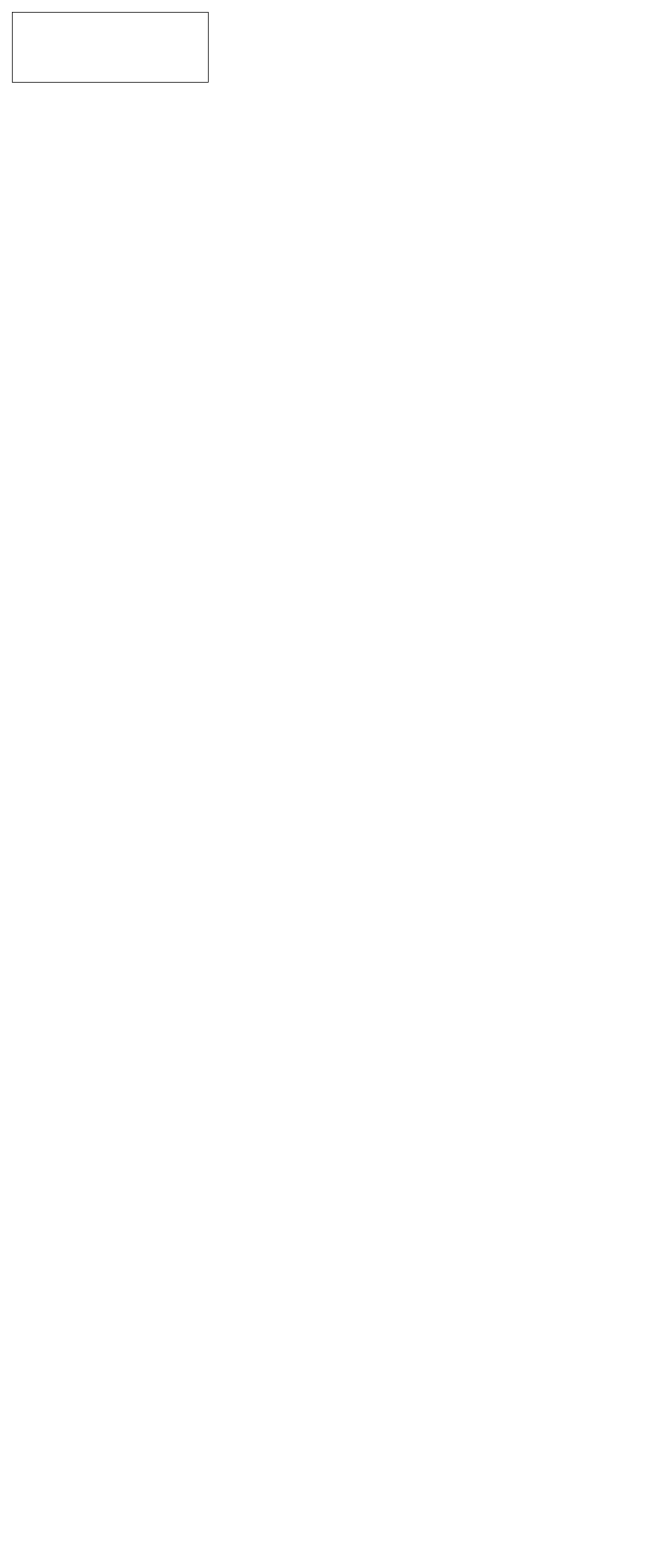
The draw.io diagram Диаграмма без названия.drawio in spr1ngle/el, before the edit. Source tidied: cells renumbered, new cells numbered last; positions are measured from the earlier drawing's top-left corner, leaving out a move shared by most shapes. Both pictures are drawn from the tidied source at 70%, with x=0, y=0 at pixel (12, 12).
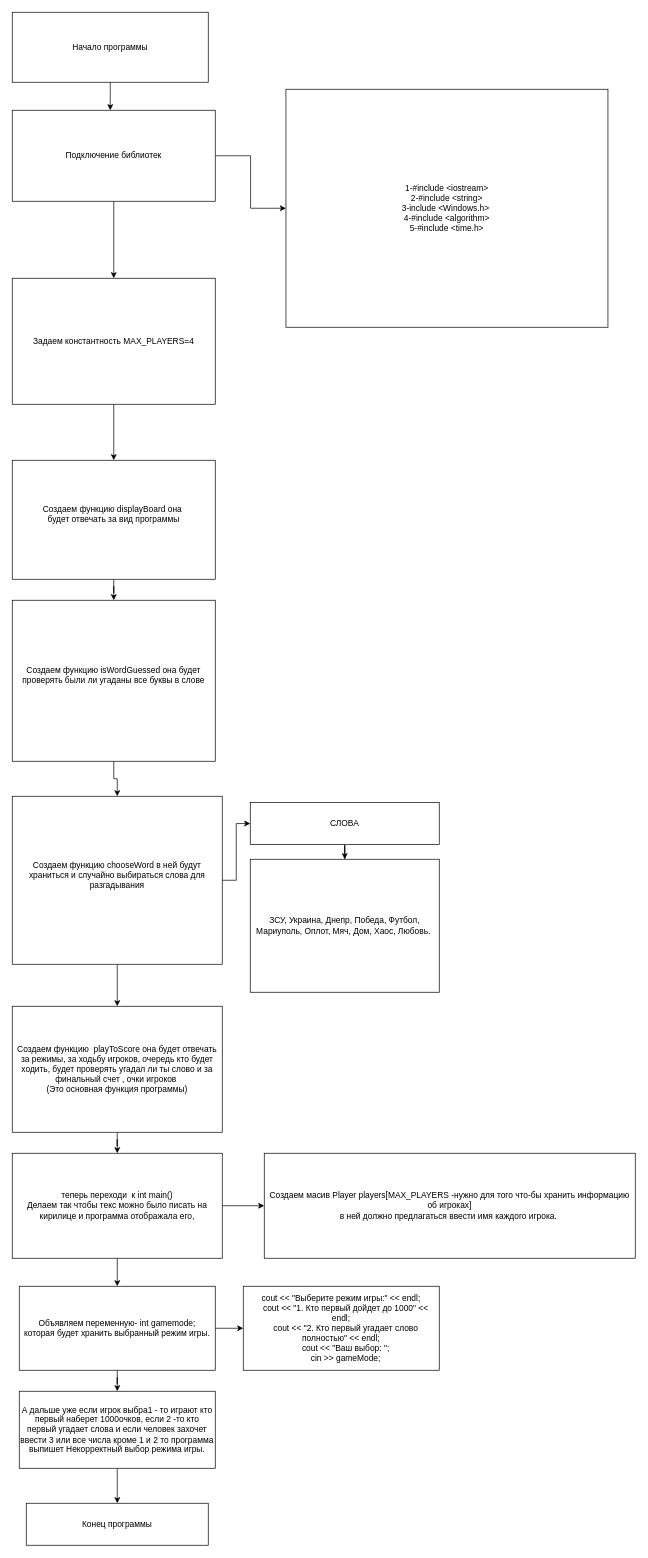
The same diagram, later.

The edit, as a diff of the source:
```diff
@@
+    <mxCell id="3" style="edgeStyle=orthogonalEdgeStyle;rounded=0;jettySize=auto;html=1;" parent="1" edge="1" source="2">
+      <mxGeometry relative="1" as="geometry">
+        <mxPoint x="140" y="140" as="targetPoint" />
+      </mxGeometry>
+    </mxCell>
-    <mxCell id="2" style="rounded=0;whiteSpace=wrap;html=1;" parent="1" vertex="1">
+    <mxCell id="2" value="Начало программы" style="rounded=0;whiteSpace=wrap;html=1;" parent="1" vertex="1">
       <mxGeometry width="280" height="100" as="geometry" />
     </mxCell>
+    <mxCell id="4" style="edgeStyle=orthogonalEdgeStyle;rounded=0;jettySize=auto;html=1;" parent="1" edge="1" source="6" target="7">
+      <mxGeometry relative="1" as="geometry" />
+    </mxCell>
+    <mxCell id="5" style="edgeStyle=orthogonalEdgeStyle;rounded=0;jettySize=auto;html=1;" parent="1" edge="1" source="6" target="9">
+      <mxGeometry relative="1" as="geometry" />
+    </mxCell>
+    <mxCell id="6" value="Подключение библиотек" style="rounded=0;whiteSpace=wrap;html=1;" parent="1" vertex="1">
+      <mxGeometry y="140" width="290" height="130" as="geometry" />
+    </mxCell>
+    <mxCell id="7" value="1-#include &amp;lt;iostream&amp;gt;&lt;br&gt;2-#include &amp;lt;string&amp;gt;&lt;br&gt;3-include &amp;lt;Windows.h&amp;gt;&amp;nbsp;&lt;br&gt;4-#include &amp;lt;algorithm&amp;gt;&lt;br&gt;5-#include &amp;lt;time.h&amp;gt;" style="rounded=0;whiteSpace=wrap;html=1;" parent="1" vertex="1">
+      <mxGeometry x="391" y="110" width="460" height="340" as="geometry" />
+    </mxCell>
+    <mxCell id="8" style="edgeStyle=orthogonalEdgeStyle;rounded=0;jettySize=auto;html=1;" parent="1" edge="1" source="9" target="11">
+      <mxGeometry relative="1" as="geometry" />
+    </mxCell>
+    <mxCell id="9" value="Задаем константность MAX_PLAYERS=4" style="rounded=0;whiteSpace=wrap;html=1;" parent="1" vertex="1">
+      <mxGeometry y="380" width="290" height="180" as="geometry" />
+    </mxCell>
+    <mxCell id="10" style="edgeStyle=orthogonalEdgeStyle;rounded=0;jettySize=auto;html=1;" parent="1" edge="1" source="11" target="13">
+      <mxGeometry relative="1" as="geometry" />
+    </mxCell>
+    <mxCell id="11" value="Создаем функцию&amp;nbsp;displayBoard она&amp;nbsp;&lt;br&gt;будет отвечать за вид программы&lt;br&gt;&amp;nbsp;" style="rounded=0;whiteSpace=wrap;html=1;" parent="1" vertex="1">
+      <mxGeometry y="640" width="290" height="170" as="geometry" />
+    </mxCell>
+    <mxCell id="12" style="edgeStyle=orthogonalEdgeStyle;rounded=0;jettySize=auto;html=1;" parent="1" edge="1" source="13" target="16">
+      <mxGeometry relative="1" as="geometry" />
+    </mxCell>
+    <mxCell id="13" value="Создаем функцию&amp;nbsp;isWordGuessed она будет проверять были ли угаданы все буквы в слове&lt;br&gt;&amp;nbsp;" style="rounded=0;whiteSpace=wrap;html=1;" parent="1" vertex="1">
+      <mxGeometry y="840" width="290" height="230" as="geometry" />
+    </mxCell>
+    <mxCell id="14" style="edgeStyle=orthogonalEdgeStyle;rounded=0;jettySize=auto;html=1;" parent="1" edge="1" source="16" target="18">
+      <mxGeometry relative="1" as="geometry" />
+    </mxCell>
+    <mxCell id="15" style="edgeStyle=orthogonalEdgeStyle;rounded=0;jettySize=auto;html=1;" parent="1" edge="1" source="16" target="21">
+      <mxGeometry relative="1" as="geometry" />
+    </mxCell>
+    <mxCell id="16" value="Создаем функцию&amp;nbsp;chooseWord в ней будут храниться и случайно выбираться слова для разгадывания&lt;br&gt;&amp;nbsp;" style="rounded=0;whiteSpace=wrap;html=1;" parent="1" vertex="1">
+      <mxGeometry y="1120" width="300" height="240" as="geometry" />
+    </mxCell>
+    <mxCell id="17" style="edgeStyle=orthogonalEdgeStyle;rounded=0;jettySize=auto;html=1;" parent="1" edge="1" source="18" target="19">
+      <mxGeometry relative="1" as="geometry" />
+    </mxCell>
+    <mxCell id="18" value="СЛОВА" style="rounded=0;whiteSpace=wrap;html=1;" parent="1" vertex="1">
+      <mxGeometry x="340" y="1129" width="270" height="60" as="geometry" />
+    </mxCell>
+    <mxCell id="19" value="ЗСУ, Украина, Днепр, Победа, Футбол, Мариуполь, Оплот, Мяч, Дом, Хаос, Любовь.&amp;nbsp;" style="rounded=0;whiteSpace=wrap;html=1;" parent="1" vertex="1">
+      <mxGeometry x="340" y="1210" width="270" height="190" as="geometry" />
+    </mxCell>
+    <mxCell id="20" style="edgeStyle=orthogonalEdgeStyle;rounded=0;jettySize=auto;html=1;" parent="1" edge="1" source="21" target="24">
+      <mxGeometry relative="1" as="geometry" />
+    </mxCell>
+    <mxCell id="21" value="Создаем функцию&amp;nbsp;&amp;nbsp;playToScore она будет отвечать за режимы, за ходьбу игроков, очередь кто будет ходить, будет проверять угадал ли ты слово и за финальный счет , очки игроков&amp;nbsp;&lt;br&gt;(Это основная функция программы)" style="rounded=0;whiteSpace=wrap;html=1;" parent="1" vertex="1">
+      <mxGeometry y="1420" width="300" height="180" as="geometry" />
+    </mxCell>
+    <mxCell id="22" style="edgeStyle=orthogonalEdgeStyle;rounded=0;jettySize=auto;html=1;" parent="1" edge="1" source="24" target="25">
+      <mxGeometry relative="1" as="geometry" />
+    </mxCell>
+    <mxCell id="23" style="edgeStyle=orthogonalEdgeStyle;rounded=0;jettySize=auto;html=1;" parent="1" edge="1" source="24" target="28">
+      <mxGeometry relative="1" as="geometry" />
+    </mxCell>
+    <mxCell id="24" value="теперь переходи&amp;nbsp; к int main()&lt;br&gt;Делаем так чтобы текс можно было писать на кирилице и программа отображала его,&lt;br&gt;" style="rounded=0;whiteSpace=wrap;html=1;" parent="1" vertex="1">
+      <mxGeometry y="1630" width="300" height="150" as="geometry" />
+    </mxCell>
+    <mxCell id="25" value="Создаем масив Player players[MAX_PLAYERS -нужно для того что-бы хранить информацию об игроках]&lt;br&gt;в ней должно предлагаться ввести имя каждого игрока.&amp;nbsp;" style="rounded=0;whiteSpace=wrap;html=1;" parent="1" vertex="1">
+      <mxGeometry x="360" y="1630" width="530" height="150" as="geometry" />
+    </mxCell>
+    <mxCell id="26" style="edgeStyle=orthogonalEdgeStyle;rounded=0;jettySize=auto;html=1;" parent="1" edge="1" source="28" target="29">
+      <mxGeometry relative="1" as="geometry" />
+    </mxCell>
+    <mxCell id="27" style="edgeStyle=orthogonalEdgeStyle;rounded=0;jettySize=auto;html=1;" parent="1" edge="1" source="28" target="31">
+      <mxGeometry relative="1" as="geometry" />
+    </mxCell>
+    <mxCell id="28" value="Объявляем переменную- int gamemode;&lt;br&gt;которая будет хранить выбранный режим игры." style="rounded=0;whiteSpace=wrap;html=1;" parent="1" vertex="1">
+      <mxGeometry x="10" y="1820" width="280" height="120" as="geometry" />
+    </mxCell>
+    <mxCell id="29" value="&lt;div&gt;cout &amp;lt;&amp;lt; &quot;Выберите режим игры:&quot; &amp;lt;&amp;lt; endl;&lt;/div&gt;&lt;div&gt;&amp;nbsp; &amp;nbsp; cout &amp;lt;&amp;lt; &quot;1. Кто первый дойдет до 1000&quot; &amp;lt;&amp;lt; endl;&lt;/div&gt;&lt;div&gt;&amp;nbsp; &amp;nbsp; cout &amp;lt;&amp;lt; &quot;2. Кто первый угадает слово полностью&quot; &amp;lt;&amp;lt; endl;&lt;/div&gt;&lt;div&gt;&amp;nbsp; &amp;nbsp; cout &amp;lt;&amp;lt; &quot;Ваш выбор: &quot;;&lt;/div&gt;&lt;div&gt;&amp;nbsp; &amp;nbsp; cin &amp;gt;&amp;gt; gameMode;&lt;/div&gt;" style="rounded=0;whiteSpace=wrap;html=1;" parent="1" vertex="1">
+      <mxGeometry x="330" y="1820" width="280" height="120" as="geometry" />
+    </mxCell>
+    <mxCell id="30" style="edgeStyle=orthogonalEdgeStyle;rounded=0;jettySize=auto;html=1;" parent="1" edge="1" source="31" target="32">
+      <mxGeometry relative="1" as="geometry" />
+    </mxCell>
+    <mxCell id="31" value="А дальше уже если игрок выбра1 - то играют кто первый наберет 1000очков, если 2 -то кто первый угадает слова и если человек захочет ввести 3 или все числа кроме 1 и 2 то программа выпишет Некорректный выбор режима игры." style="rounded=0;whiteSpace=wrap;html=1;" parent="1" vertex="1">
+      <mxGeometry x="10" y="1970" width="280" height="110" as="geometry" />
+    </mxCell>
+    <mxCell id="32" value="Конец программы" style="rounded=0;whiteSpace=wrap;html=1;" parent="1" vertex="1">
+      <mxGeometry x="20" y="2130" width="260" height="60" as="geometry" />
+    </mxCell>
```
